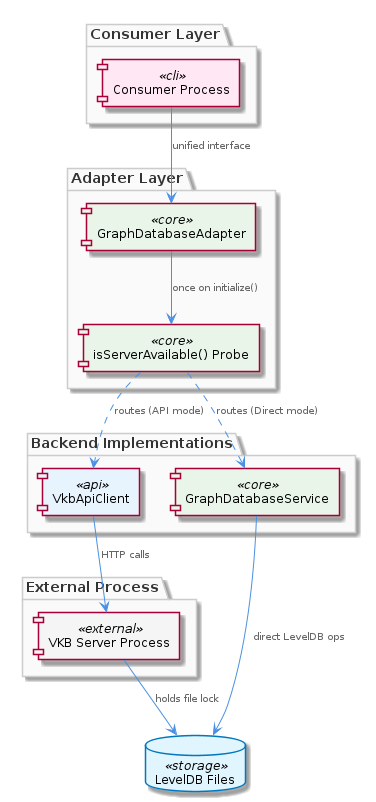
The PlantUML diagram knowledge-management/insights/images/graph-database-adapter-architecture.png in fwornle/coding, before a commit. Its source is kept beside it as .data/knowledge-graph/insights/puml/graph-database-adapter-architecture.puml. The source it was exported from:
```plantuml
@startuml
!include /coding/docs/puml/_standard-style.puml

package "Consumer Layer" {
  component "Consumer Process" as consumer <<cli>>
}

package "Adapter Layer" {
  component "GraphDatabaseAdapter" as adapter <<core>>
  component "isServerAvailable() Probe" as probe <<core>>
}

package "Backend Implementations" {
  component "VkbApiClient" as vkbApi <<api>>
  component "GraphDatabaseService" as dbService <<core>>
}

package "External Process" {
  component "VKB Server Process" as vkbServer <<external>>
}

database "LevelDB Files" as leveldb <<storage>>

consumer --> adapter : "unified interface"
adapter --> probe : "once on initialize()"
probe ..> vkbApi : "routes (API mode)"
probe ..> dbService : "routes (Direct mode)"
vkbApi --> vkbServer : "HTTP calls"
vkbServer --> leveldb : "holds file lock"
dbService --> leveldb : "direct LevelDB ops"

@enduml
```
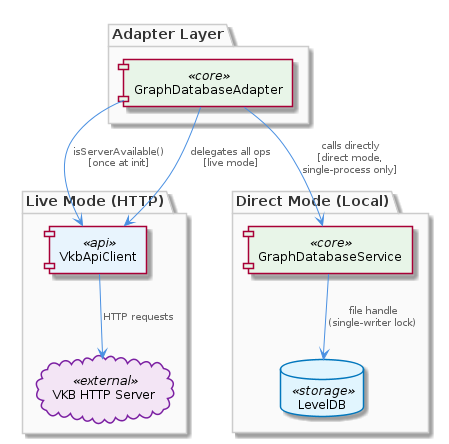
The same diagram one commit later.

What changed in the source:
```diff
@@ -1,32 +1,28 @@
 @startuml
 !include /coding/docs/puml/_standard-style.puml
 
-package "Consumer Layer" {
-  component "Consumer Process" as consumer <<cli>>
+top to bottom direction
+
+package "Adapter Layer" {
+    component "GraphDatabaseAdapter" as gda <<core>>
 }
 
-package "Adapter Layer" {
-  component "GraphDatabaseAdapter" as adapter <<core>>
-  component "isServerAvailable() Probe" as probe <<core>>
+package "Live Mode (HTTP)" {
+    component "VkbApiClient" as vkb <<api>>
+    cloud "VKB HTTP Server" as server <<external>>
 }
 
-package "Backend Implementations" {
-  component "VkbApiClient" as vkbApi <<api>>
-  component "GraphDatabaseService" as dbService <<core>>
+package "Direct Mode (Local)" {
+    component "GraphDatabaseService" as gds <<core>>
+    database "LevelDB" as ldb <<storage>>
 }
 
-package "External Process" {
-  component "VKB Server Process" as vkbServer <<external>>
-}
+gda --> vkb : "isServerAvailable()\n[once at init]"
+gda --> vkb : "delegates all ops\n[live mode]"
+gda --> gds : "calls directly\n[direct mode,\nsingle-process only]"
 
-database "LevelDB Files" as leveldb <<storage>>
+vkb --> server : "HTTP requests"
 
-consumer --> adapter : "unified interface"
-adapter --> probe : "once on initialize()"
-probe ..> vkbApi : "routes (API mode)"
-probe ..> dbService : "routes (Direct mode)"
-vkbApi --> vkbServer : "HTTP calls"
-vkbServer --> leveldb : "holds file lock"
-dbService --> leveldb : "direct LevelDB ops"
+gds --> ldb : "file handle\n(single-writer lock)"
 
 @enduml
```
